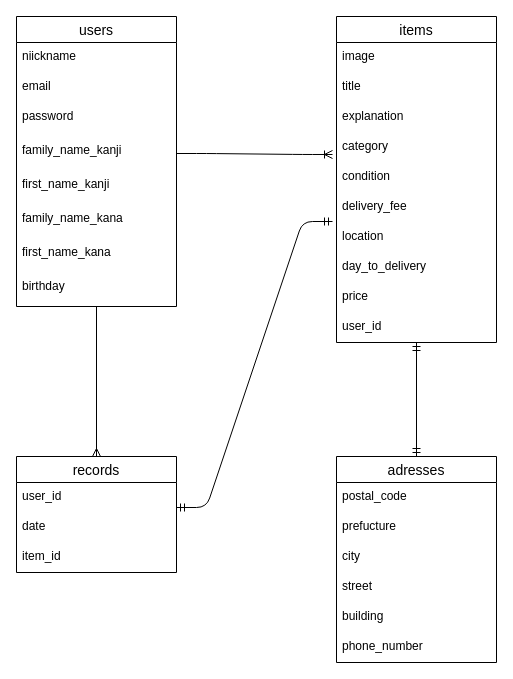
This is db/datebase.dio from myeongju24/furima-31079, a draw.io file, before an edit. Source tidied: cells renumbered, new cells numbered last; positions are measured from the earlier drawing's top-left corner, leaving out a move shared by most shapes. Both pictures are drawn from the tidied source at 100%, with x=0, y=0 at pixel (16, 16).
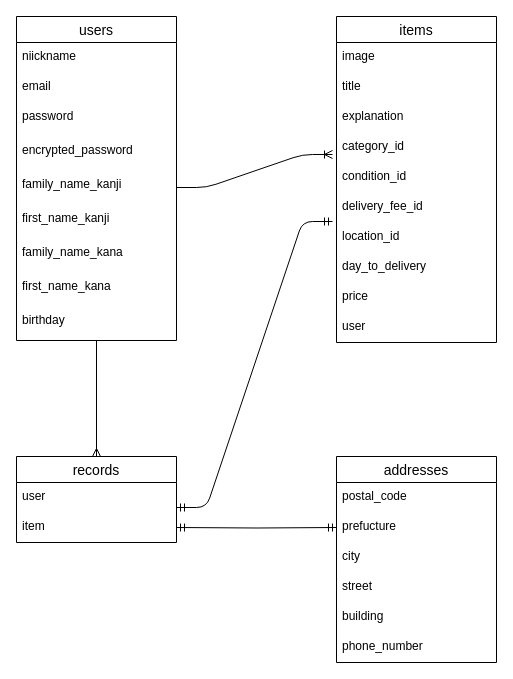
The same page after the edit.

Commit message (it also covers changes not shown here):
データベース設計修正

Unchanged cells that the change refers to:
```xml
<mxCell id="26" value="prefucture" style="text;strokeColor=none;fillColor=none;spacingLeft=4;spacingRight=4;overflow=hidden;points=[[0,0.5],[1,0.5]];portConstraint=eastwest;fontSize=12;" parent="24" vertex="1">
  <mxGeometry y="56" width="160" height="30" as="geometry" />
</mxCell>
```

Diff of the diagram source:
```diff
@@
-    <mxCell id="2" style="edgeStyle=orthogonalEdgeStyle;rounded=0;jettySize=auto;html=1;entryX=0.5;entryY=0;entryDx=0;entryDy=0;endArrow=ERmandOne;endFill=0;startArrow=ERmandOne;startFill=0;" parent="1" edge="1" source="3" target="24">
-      <mxGeometry relative="1" as="geometry" />
-    </mxCell>
-    <mxCell id="3" value="items" style="swimlane;fontStyle=0;horizontal=1;startSize=26;align=center;fontSize=14;" parent="1" vertex="1">
+    <mxCell id="3" value="items" style="swimlane;fontStyle=0;horizontal=1;startSize=26;align=center;fontSize=14;gradientColor=#ffffff;" parent="1" vertex="1">
       <mxGeometry x="320" width="160" height="326" as="geometry" />
     </mxCell>
@@
-    <mxCell id="7" value="category" style="text;strokeColor=none;fillColor=none;spacingLeft=4;spacingRight=4;overflow=hidden;points=[[0,0.5],[1,0.5]];portConstraint=eastwest;fontSize=12;" parent="3" vertex="1">
+    <mxCell id="7" value="category_id" style="text;strokeColor=none;fillColor=none;spacingLeft=4;spacingRight=4;overflow=hidden;points=[[0,0.5],[1,0.5]];portConstraint=eastwest;fontSize=12;" parent="3" vertex="1">
       <mxGeometry y="116" width="160" height="30" as="geometry" />
     </mxCell>
-    <mxCell id="8" value="condition" style="text;strokeColor=none;fillColor=none;spacingLeft=4;spacingRight=4;overflow=hidden;fontSize=12;" parent="3" vertex="1">
+    <mxCell id="8" value="condition_id" style="text;strokeColor=none;fillColor=none;spacingLeft=4;spacingRight=4;overflow=hidden;fontSize=12;" parent="3" vertex="1">
       <mxGeometry y="146" width="160" height="30" as="geometry" />
     </mxCell>
-    <mxCell id="9" value="delivery_fee" style="text;strokeColor=none;fillColor=none;spacingLeft=4;spacingRight=4;overflow=hidden;points=[[0,0.5],[1,0.5]];portConstraint=eastwest;fontSize=12;" parent="3" vertex="1">
+    <mxCell id="9" value="delivery_fee_id" style="text;strokeColor=none;fillColor=none;spacingLeft=4;spacingRight=4;overflow=hidden;points=[[0,0.5],[1,0.5]];portConstraint=eastwest;fontSize=12;" parent="3" vertex="1">
       <mxGeometry y="176" width="160" height="30" as="geometry" />
     </mxCell>
-    <mxCell id="10" value="location" style="text;strokeColor=none;fillColor=none;spacingLeft=4;spacingRight=4;overflow=hidden;fontSize=12;" parent="3" vertex="1">
+    <mxCell id="10" value="location_id" style="text;strokeColor=none;fillColor=none;spacingLeft=4;spacingRight=4;overflow=hidden;fontSize=12;" parent="3" vertex="1">
       <mxGeometry y="206" width="160" height="30" as="geometry" />
     </mxCell>
@@
-    <mxCell id="13" value="user_id" style="text;strokeColor=none;fillColor=none;spacingLeft=4;spacingRight=4;overflow=hidden;fontSize=12;" parent="3" vertex="1">
+    <mxCell id="13" value="user" style="text;strokeColor=none;fillColor=none;spacingLeft=4;spacingRight=4;overflow=hidden;fontSize=12;" parent="3" vertex="1">
       <mxGeometry y="296" width="160" height="30" as="geometry" />
     </mxCell>
@@
     <mxCell id="15" value="users" style="swimlane;fontStyle=0;horizontal=1;startSize=26;align=center;fontSize=14;direction=east;rotation=0;" parent="1" vertex="1">
-      <mxGeometry width="160" height="290" as="geometry" />
+      <mxGeometry width="160" height="324" as="geometry" />
     </mxCell>
@@
+    <mxCell id="37" value="encrypted_password" style="text;strokeColor=none;fillColor=none;spacingLeft=4;spacingRight=4;overflow=hidden;fontSize=12;" parent="15" vertex="1">
+      <mxGeometry y="120" width="160" height="34" as="geometry" />
+    </mxCell>
     <mxCell id="19" value="family_name_kanji" style="text;strokeColor=none;fillColor=none;spacingLeft=4;spacingRight=4;overflow=hidden;points=[[0,0.5],[1,0.5]];portConstraint=eastwest;fontSize=12;" parent="15" vertex="1">
-      <mxGeometry y="120" width="160" height="34" as="geometry" />
+      <mxGeometry y="154" width="160" height="34" as="geometry" />
     </mxCell>
     <mxCell id="20" value="first_name_kanji" style="text;strokeColor=none;fillColor=none;spacingLeft=4;spacingRight=4;overflow=hidden;fontSize=12;" parent="15" vertex="1">
-      <mxGeometry y="154" width="160" height="34" as="geometry" />
+      <mxGeometry y="188" width="160" height="34" as="geometry" />
     </mxCell>
     <mxCell id="21" value="family_name_kana" style="text;strokeColor=none;fillColor=none;spacingLeft=4;spacingRight=4;overflow=hidden;fontSize=12;" parent="15" vertex="1">
-      <mxGeometry y="188" width="160" height="34" as="geometry" />
+      <mxGeometry y="222" width="160" height="34" as="geometry" />
     </mxCell>
     <mxCell id="22" value="first_name_kana" style="text;strokeColor=none;fillColor=none;spacingLeft=4;spacingRight=4;overflow=hidden;fontSize=12;" parent="15" vertex="1">
-      <mxGeometry y="222" width="160" height="34" as="geometry" />
+      <mxGeometry y="256" width="160" height="34" as="geometry" />
     </mxCell>
     <mxCell id="23" value="birthday" style="text;strokeColor=none;fillColor=none;spacingLeft=4;spacingRight=4;overflow=hidden;fontSize=12;" parent="15" vertex="1">
-      <mxGeometry y="256" width="160" height="34" as="geometry" />
+      <mxGeometry y="290" width="160" height="34" as="geometry" />
     </mxCell>
-    <mxCell id="24" value="adresses" style="swimlane;fontStyle=0;horizontal=1;startSize=26;align=center;fontSize=14;" parent="1" vertex="1">
+    <mxCell id="24" value="addresses" style="swimlane;fontStyle=0;horizontal=1;startSize=26;align=center;fontSize=14;" parent="1" vertex="1">
       <mxGeometry x="320" y="440" width="160" height="206" as="geometry" />
     </mxCell>
@@
     <mxCell id="32" value="records" style="swimlane;fontStyle=0;horizontal=1;startSize=26;align=center;fontSize=14;" parent="1" vertex="1">
-      <mxGeometry y="440" width="160" height="116" as="geometry" />
+      <mxGeometry y="440" width="160" height="86" as="geometry" />
     </mxCell>
-    <mxCell id="33" value="user_id" style="text;strokeColor=none;fillColor=none;spacingLeft=4;spacingRight=4;overflow=hidden;fontSize=12;" parent="32" vertex="1">
+    <mxCell id="33" value="user" style="text;strokeColor=none;fillColor=none;spacingLeft=4;spacingRight=4;overflow=hidden;fontSize=12;" parent="32" vertex="1">
       <mxGeometry y="26" width="160" height="30" as="geometry" />
     </mxCell>
-    <mxCell id="34" value="date" style="text;strokeColor=none;fillColor=none;spacingLeft=4;spacingRight=4;overflow=hidden;fontSize=12;" parent="32" vertex="1">
-      <mxGeometry y="56" width="160" height="30" as="geometry" />
-    </mxCell>
-    <mxCell id="35" value="item_id" style="text;strokeColor=none;fillColor=none;spacingLeft=4;spacingRight=4;overflow=hidden;fontSize=12;" parent="32" vertex="1">
-      <mxGeometry y="86" width="160" height="30" as="geometry" />
+    <mxCell id="35" value="item" style="text;strokeColor=none;fillColor=none;spacingLeft=4;spacingRight=4;overflow=hidden;fontSize=12;" parent="32" vertex="1">
+      <mxGeometry y="56" width="160" height="30" as="geometry" />
     </mxCell>
@@
+    <mxCell id="38" style="edgeStyle=orthogonalEdgeStyle;rounded=0;jettySize=auto;html=1;entryX=0;entryY=0.5;entryDx=0;entryDy=0;startArrow=ERmandOne;startFill=0;endArrow=ERmandOne;endFill=0;" parent="1" edge="1" target="26">
+      <mxGeometry relative="1" as="geometry">
+        <mxPoint x="160" y="511" as="sourcePoint" />
+      </mxGeometry>
+    </mxCell>
```
